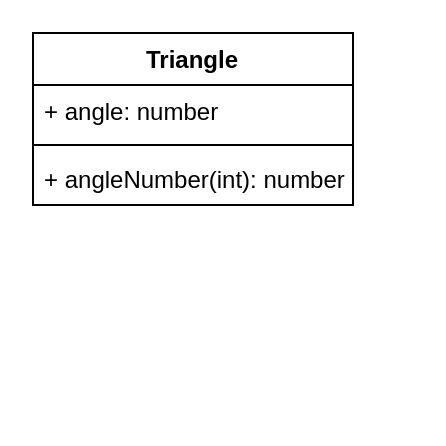
Before: Assignment3/Designs/cd.drawio in KaitlynIp64/ICS4U-Unit2-Kaitlyn-Ip, a draw.io diagram. Source tidied: cells renumbered, new cells numbered last; positions are measured from the earlier drawing's top-left corner, leaving out a move shared by most shapes. Both pictures are drawn from the tidied source at 200%, with x=0, y=0 at pixel (32, 32).
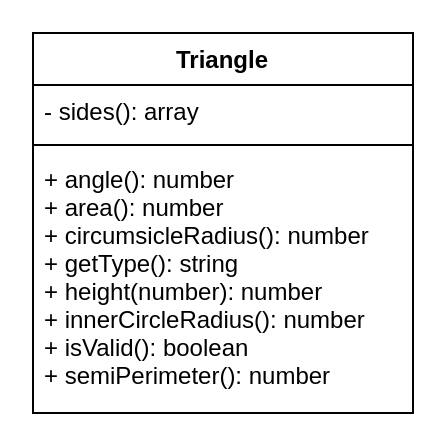
The same diagram, later.

Diff of the diagram source:
```diff
@@
 <mxGraphModel>
   <root>
     <mxCell id="0" />
     <mxCell id="1" parent="0" />
     <mxCell id="2" value="Triangle" style="swimlane;fontStyle=1;align=center;verticalAlign=top;horizontal=1;startSize=26;" parent="1" vertex="1">
-      <mxGeometry width="160" height="86" as="geometry" />
+      <mxGeometry width="190" height="190" as="geometry" />
     </mxCell>
-    <mxCell id="3" value="+ angle: number" style="text;strokeColor=none;fillColor=none;align=left;verticalAlign=top;spacingLeft=4;spacingRight=4;overflow=hidden;" parent="2" vertex="1">
-      <mxGeometry y="26" width="160" height="26" as="geometry" />
+    <mxCell id="3" value="- sides(): array" style="text;strokeColor=none;fillColor=none;align=left;verticalAlign=top;spacingLeft=4;spacingRight=4;overflow=hidden;" parent="2" vertex="1">
+      <mxGeometry y="26" width="190" height="26" as="geometry" />
     </mxCell>
     <mxCell id="4" style="line;strokeWidth=1;fillColor=none;align=left;verticalAlign=middle;spacingTop=-1;spacingLeft=3;spacingRight=3;labelPosition=right;strokeColor=inherit;" parent="2" vertex="1">
-      <mxGeometry y="52" width="160" height="8" as="geometry" />
+      <mxGeometry y="52" width="190" height="8" as="geometry" />
     </mxCell>
-    <mxCell id="5" value="+ angleNumber(int): number" style="text;strokeColor=none;fillColor=none;align=left;verticalAlign=top;spacingLeft=4;spacingRight=4;overflow=hidden;" parent="2" vertex="1">
-      <mxGeometry y="60" width="160" height="26" as="geometry" />
+    <mxCell id="5" value="+ angle(): number&#10;+ area(): number&#10;+ circumsicleRadius(): number&#10;+ getType(): string&#10;+ height(number): number&#10;+ innerCircleRadius(): number&#10;+ isValid(): boolean&#10;+ semiPerimeter(): number" style="text;strokeColor=none;fillColor=none;align=left;verticalAlign=top;spacingLeft=4;spacingRight=4;overflow=hidden;" parent="2" vertex="1">
+      <mxGeometry y="60" width="190" height="130" as="geometry" />
     </mxCell>
   </root>
 </mxGraphModel>
```
